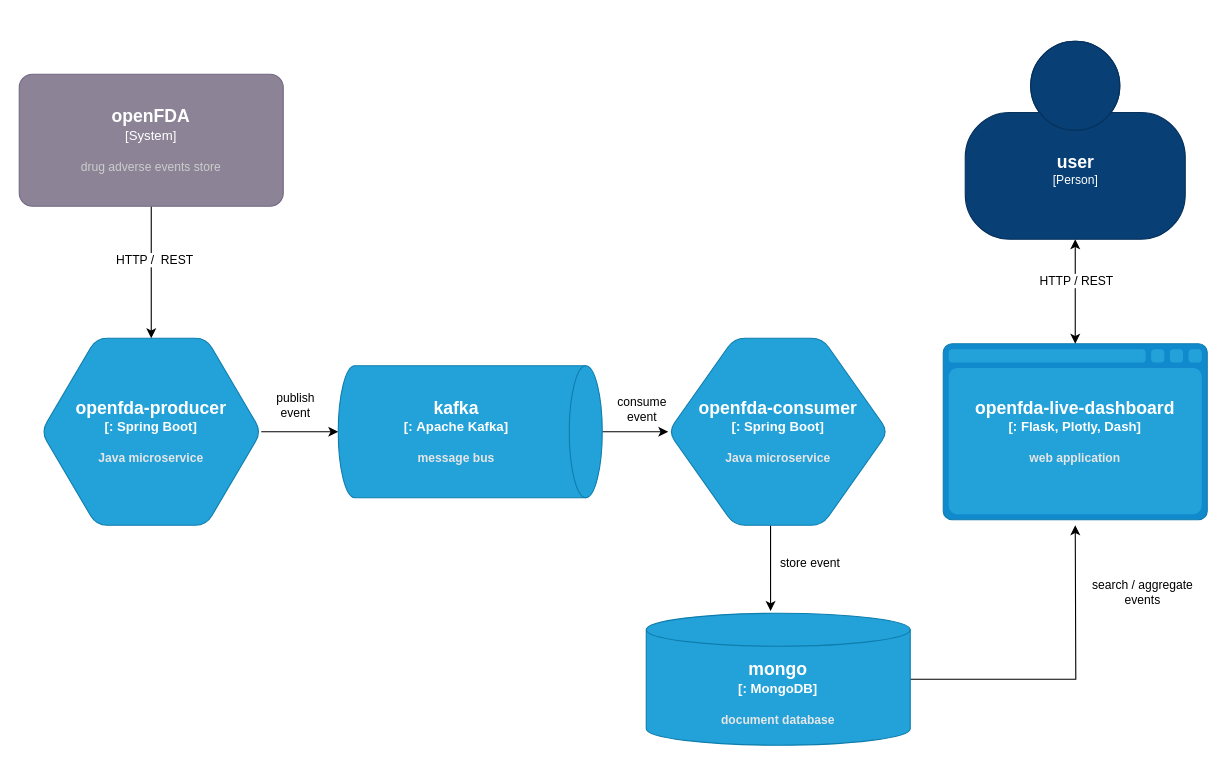
Before: pipeline-architecture.drawio in koziolk/openfda-bigdata-pipeline, a draw.io diagram. Source tidied: cells renumbered, new cells numbered last; positions are measured from the earlier drawing's top-left corner, leaving out a move shared by most shapes. Both pictures are drawn from the tidied source at 110%, with x=0, y=0 at pixel (19, 41).
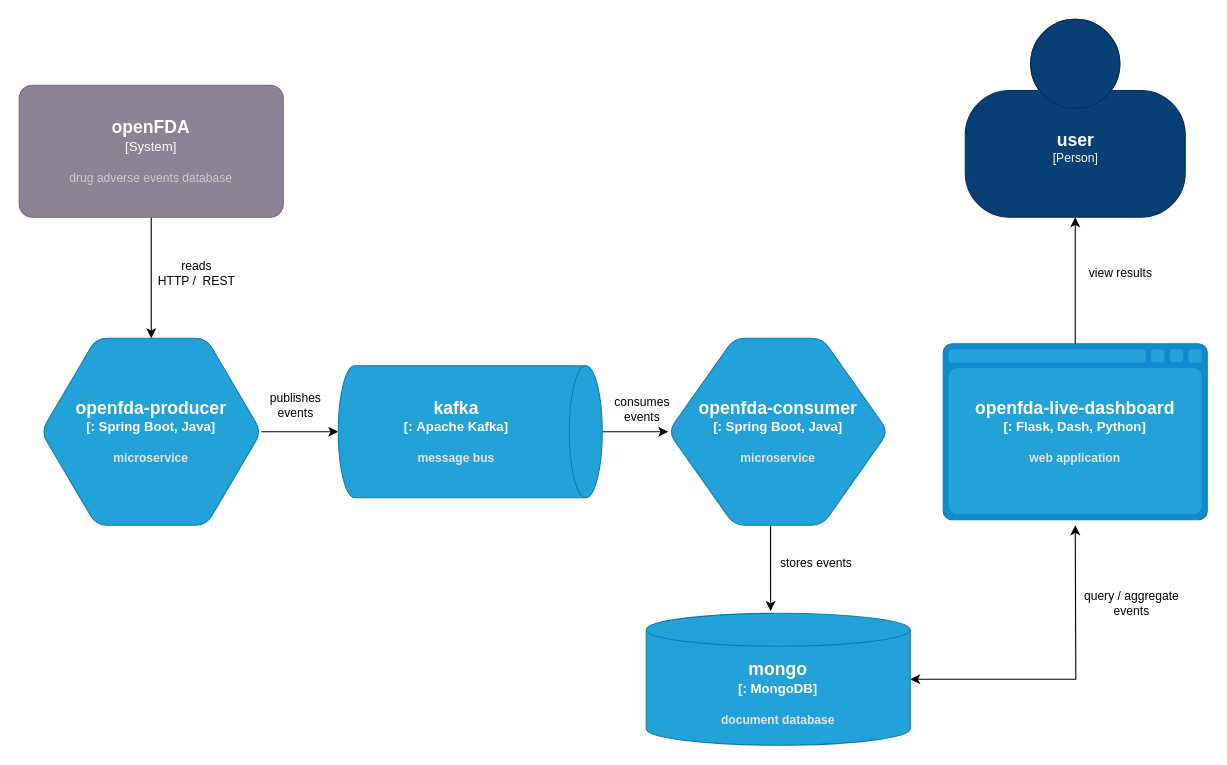
Above is the later version.

Unchanged cells that the change refers to:
```xml
<mxCell id="2" style="edgeStyle=orthogonalEdgeStyle;rounded=0;jettySize=auto;html=1;" parent="1" edge="1" source="4" target="6">
  <mxGeometry relative="1" as="geometry" />
</mxCell>
<object id="11" label="&lt;font style=&quot;font-size: 16px&quot;&gt;&lt;b&gt;%c4Type%&lt;/font&gt;&lt;div&gt;[%c4Container%:&amp;nbsp;%c4Technology%]&lt;/div&gt;&lt;br&gt;&lt;div&gt;&lt;font style=&quot;font-size: 11px&quot;&gt;&lt;font color=&quot;#E6E6E6&quot;&gt;%c4Description%&lt;/font&gt;&lt;/div&gt;" c4Container="" c4Description="document database" c4Technology="MongoDB" c4Type="mongo" placeholders="1">
  <mxCell style="shape=cylinder3;size=15;whiteSpace=wrap;html=1;boundedLbl=1;rounded=0;labelBackgroundColor=none;fillColor=#23A2D9;fontSize=12;fontColor=#ffffff;align=center;strokeColor=#0E7DAD;points=[[0.5,0,0],[1,0.25,0],[1,0.5,0],[1,0.75,0],[0.5,1,0],[0,0.75,0],[0,0.5,0],[0,0.25,0]];" parent="1" vertex="1">
    <mxGeometry x="570" y="520" width="240" height="120" as="geometry" />
  </mxCell>
</object>
<mxCell id="12" style="edgeStyle=orthogonalEdgeStyle;rounded=0;jettySize=auto;html=1;entryX=0.5;entryY=0;entryDx=0;entryDy=0;entryPerimeter=0;" parent="1" edge="1" source="14" target="4">
  <mxGeometry relative="1" as="geometry" />
</mxCell>
```

The edit, as a diff of the source:
```diff
@@
-    <mxCell id="3" value="publish&lt;br&gt;event" style="edgeLabel;html=1;align=center;verticalAlign=middle;" parent="2" vertex="1">
+    <mxCell id="3" value="publishes&lt;br&gt;events" style="edgeLabel;html=1;align=center;verticalAlign=middle;" parent="2" vertex="1">
       <mxGeometry x="-0.06" y="4" relative="1" as="geometry">
         <mxPoint x="-3" y="-21" as="offset" />
       </mxGeometry>
     </mxCell>
-    <object id="4" label="&lt;font style=&quot;font-size: 16px&quot;&gt;&lt;b&gt;%c4Type%&lt;/font&gt;&lt;div&gt;[%c4Container%:&amp;nbsp;%c4Technology%]&lt;/div&gt;&lt;br&gt;&lt;div&gt;&lt;font style=&quot;font-size: 11px&quot;&gt;&lt;font color=&quot;#E6E6E6&quot;&gt;%c4Description%&lt;/font&gt;&lt;/div&gt;" c4Container="" c4Description="Java microservice" c4Technology="Spring Boot" c4Type="openfda-producer" placeholders="1">
+    <object id="4" label="&lt;font style=&quot;font-size: 16px&quot;&gt;&lt;b&gt;%c4Type%&lt;/font&gt;&lt;div&gt;[%c4Container%:&amp;nbsp;%c4Technology%]&lt;/div&gt;&lt;br&gt;&lt;div&gt;&lt;font style=&quot;font-size: 11px&quot;&gt;&lt;font color=&quot;#E6E6E6&quot;&gt;%c4Description%&lt;/font&gt;&lt;/div&gt;" c4Container="" c4Description="microservice" c4Technology="Spring Boot, Java" c4Type="openfda-producer" placeholders="1">
       <mxCell style="shape=hexagon;size=50;perimeter=hexagonPerimeter2;whiteSpace=wrap;html=1;fixedSize=1;rounded=1;labelBackgroundColor=none;fillColor=#23A2D9;fontSize=12;fontColor=#ffffff;align=center;strokeColor=#0E7DAD;points=[[0.5,0,0],[1,0.25,0],[1,0.5,0],[1,0.75,0],[0.5,1,0],[0,0.75,0],[0,0.5,0],[0,0.25,0]];" parent="1" vertex="1">
         <mxGeometry x="20" y="270" width="200" height="170" as="geometry" />
       </mxCell>
     </object>
@@
-    <object id="8" label="&lt;font style=&quot;font-size: 16px&quot;&gt;&lt;b&gt;%c4Type%&lt;/font&gt;&lt;div&gt;[%c4Container%:&amp;nbsp;%c4Technology%]&lt;/div&gt;&lt;br&gt;&lt;div&gt;&lt;font style=&quot;font-size: 11px&quot;&gt;&lt;font color=&quot;#E6E6E6&quot;&gt;%c4Description%&lt;/font&gt;&lt;/div&gt;" c4Container="" c4Description="Java microservice" c4Technology="Spring Boot" c4Type="openfda-consumer" placeholders="1">
+    <object id="8" label="&lt;font style=&quot;font-size: 16px&quot;&gt;&lt;b&gt;%c4Type%&lt;/font&gt;&lt;div&gt;[%c4Container%:&amp;nbsp;%c4Technology%]&lt;/div&gt;&lt;br&gt;&lt;div&gt;&lt;font style=&quot;font-size: 11px&quot;&gt;&lt;font color=&quot;#E6E6E6&quot;&gt;%c4Description%&lt;/font&gt;&lt;/div&gt;" c4Container="" c4Description="microservice" c4Technology="Spring Boot, Java" c4Type="openfda-consumer" placeholders="1">
       <mxCell style="shape=hexagon;size=60;perimeter=hexagonPerimeter2;whiteSpace=wrap;html=1;fixedSize=1;rounded=1;labelBackgroundColor=none;fillColor=#23A2D9;fontSize=12;fontColor=#ffffff;align=center;strokeColor=#0E7DAD;points=[[0.5,0,0],[1,0.25,0],[1,0.5,0],[1,0.75,0],[0.5,1,0],[0,0.75,0],[0,0.5,0],[0,0.25,0]];" parent="1" vertex="1">
         <mxGeometry x="590" y="270" width="200" height="170" as="geometry" />
       </mxCell>
     </object>
-    <mxCell id="9" style="edgeStyle=orthogonalEdgeStyle;rounded=0;jettySize=auto;html=1;" parent="1" edge="1" source="11">
+    <mxCell id="9" style="edgeStyle=orthogonalEdgeStyle;rounded=0;jettySize=auto;html=1;startArrow=classic;startFill=1;" parent="1" edge="1" source="11">
       <mxGeometry relative="1" as="geometry">
         <mxPoint x="960" y="440" as="targetPoint" />
       </mxGeometry>
     </mxCell>
-    <mxCell id="10" value="search / aggregate&lt;br&gt;events" style="edgeLabel;html=1;align=center;verticalAlign=middle;" parent="9" vertex="1">
+    <mxCell id="10" value="query / aggregate&lt;br&gt;events" style="edgeLabel;html=1;align=center;verticalAlign=middle;" parent="9" vertex="1">
       <mxGeometry x="0.54" y="3" relative="1" as="geometry">
-        <mxPoint x="63" y="-6" as="offset" />
+        <mxPoint x="53" y="4" as="offset" />
       </mxGeometry>
     </mxCell>
@@
-    <mxCell id="13" value="HTTP /&amp;nbsp; REST" style="edgeLabel;html=1;align=center;verticalAlign=middle;" parent="12" vertex="1">
-      <mxGeometry x="-0.2" y="2" relative="1" as="geometry" />
+    <mxCell id="13" value="reads&lt;br&gt;HTTP /&amp;nbsp; REST" style="edgeLabel;html=1;align=center;verticalAlign=middle;" parent="12" vertex="1">
+      <mxGeometry x="-0.2" y="2" relative="1" as="geometry">
+        <mxPoint x="38" y="6" as="offset" />
+      </mxGeometry>
     </mxCell>
-    <object id="14" label="&lt;font style=&quot;font-size: 16px&quot;&gt;&lt;b&gt;%c4Name%&lt;/b&gt;&lt;/font&gt;&lt;div&gt;[%c4Type%]&lt;/div&gt;&lt;br&gt;&lt;div&gt;&lt;font style=&quot;font-size: 11px&quot;&gt;&lt;font color=&quot;#cccccc&quot;&gt;%c4Description%&lt;/font&gt;&lt;/div&gt;" c4Description="drug adverse events store" c4Name="openFDA" c4Type="System" placeholders="1">
+    <object id="14" label="&lt;font style=&quot;font-size: 16px&quot;&gt;&lt;b&gt;%c4Name%&lt;/b&gt;&lt;/font&gt;&lt;div&gt;[%c4Type%]&lt;/div&gt;&lt;br&gt;&lt;div&gt;&lt;font style=&quot;font-size: 11px&quot;&gt;&lt;font color=&quot;#cccccc&quot;&gt;%c4Description%&lt;/font&gt;&lt;/div&gt;" c4Description="drug adverse events database" c4Name="openFDA" c4Type="System" placeholders="1">
       <mxCell style="rounded=1;whiteSpace=wrap;html=1;labelBackgroundColor=none;fillColor=#8C8496;fontColor=#ffffff;align=center;arcSize=10;strokeColor=#736782;points=[[0.25,0,0],[0.5,0,0],[0.75,0,0],[1,0.25,0],[1,0.5,0],[1,0.75,0],[0.75,1,0],[0.5,1,0],[0.25,1,0],[0,0.75,0],[0,0.5,0],[0,0.25,0]];" parent="1" vertex="1">
-        <mxGeometry y="30" width="240" height="120" as="geometry" />
+        <mxGeometry y="40" width="240" height="120" as="geometry" />
       </mxCell>
     </object>
-    <object id="15" label="&lt;font style=&quot;font-size: 16px&quot;&gt;&lt;b&gt;%c4Type%&lt;/font&gt;&lt;div&gt;[%c4Container%:&amp;nbsp;%c4Technology%]&lt;/div&gt;&lt;br&gt;&lt;div&gt;&lt;font style=&quot;font-size: 11px&quot;&gt;&lt;font color=&quot;#E6E6E6&quot;&gt;%c4Description%&lt;/font&gt;&lt;/div&gt;" c4Container="" c4Description="web application" c4Technology="Flask, Plotly, Dash" c4Type="openfda-live-dashboard" placeholders="1">
+    <object id="15" label="&lt;font style=&quot;font-size: 16px&quot;&gt;&lt;b&gt;%c4Type%&lt;/font&gt;&lt;div&gt;[%c4Container%:&amp;nbsp;%c4Technology%]&lt;/div&gt;&lt;br&gt;&lt;div&gt;&lt;font style=&quot;font-size: 11px&quot;&gt;&lt;font color=&quot;#E6E6E6&quot;&gt;%c4Description%&lt;/font&gt;&lt;/div&gt;" c4Container="" c4Description="web application" c4Technology="Flask, Dash, Python" c4Type="openfda-live-dashboard" placeholders="1">
       <mxCell style="shape=mxgraph.c4.webBrowserContainer;whiteSpace=wrap;html=1;boundedLbl=1;rounded=0;labelBackgroundColor=none;fillColor=#118ACD;fontSize=12;fontColor=#ffffff;align=center;strokeColor=#0E7DAD;points=[[0.5,0,0],[1,0.25,0],[1,0.5,0],[1,0.75,0],[0.5,1,0],[0,0.75,0],[0,0.5,0],[0,0.25,0]];" parent="1" vertex="1">
         <mxGeometry x="840" y="275" width="240" height="160" as="geometry" />
       </mxCell>
     </object>
-    <mxCell id="16" style="edgeStyle=orthogonalEdgeStyle;rounded=0;jettySize=auto;html=1;startArrow=classic;startFill=1;" parent="1" edge="1" source="18" target="15">
+    <mxCell id="16" style="edgeStyle=orthogonalEdgeStyle;rounded=0;jettySize=auto;html=1;startArrow=classic;startFill=1;endArrow=none;endFill=0;" parent="1" edge="1" source="18" target="15">
       <mxGeometry relative="1" as="geometry" />
     </mxCell>
-    <mxCell id="17" value="HTTP / REST" style="edgeLabel;html=1;align=center;verticalAlign=middle;" parent="16" vertex="1">
-      <mxGeometry x="-0.22" y="2" relative="1" as="geometry">
-        <mxPoint x="-2" as="offset" />
-      </mxGeometry>
-    </mxCell>
     <object id="18" label="&lt;font style=&quot;font-size: 16px&quot;&gt;&lt;b&gt;%c4Name%&lt;/b&gt;&lt;/font&gt;&lt;div&gt;[%c4Type%]&lt;/div&gt;&lt;br&gt;&lt;div&gt;&lt;font style=&quot;font-size: 11px&quot;&gt;&lt;font color=&quot;#cccccc&quot;&gt;%c4Description%&lt;/font&gt;&lt;/div&gt;" c4Description="" c4Name="user" c4Type="Person" placeholders="1">
       <mxCell style="html=1;fontSize=11;dashed=0;whitespace=wrap;fillColor=#083F75;strokeColor=#06315C;fontColor=#ffffff;shape=mxgraph.c4.person2;align=center;points=[[0.5,0,0],[1,0.5,0],[1,0.75,0],[0.75,1,0],[0.5,1,0],[0.25,1,0],[0,0.75,0],[0,0.5,0]];" parent="1" vertex="1">
-        <mxGeometry x="860" width="200" height="180" as="geometry" />
+        <mxGeometry x="860" y="-20" width="200" height="180" as="geometry" />
       </mxCell>
     </object>
-    <mxCell id="19" value="&lt;span style=&quot;color: rgb(0 , 0 , 0) ; font-family: &amp;#34;helvetica&amp;#34; ; font-size: 11px ; font-style: normal ; font-weight: 400 ; letter-spacing: normal ; text-align: center ; text-indent: 0px ; text-transform: none ; word-spacing: 0px ; background-color: rgb(255 , 255 , 255) ; display: inline ; float: none&quot;&gt;store event&lt;br&gt;&lt;/span&gt;" style="text;whiteSpace=wrap;html=1;" parent="1" vertex="1">
+    <mxCell id="19" value="&lt;span style=&quot;color: rgb(0 , 0 , 0) ; font-family: &amp;#34;helvetica&amp;#34; ; font-size: 11px ; font-style: normal ; font-weight: 400 ; letter-spacing: normal ; text-align: center ; text-indent: 0px ; text-transform: none ; word-spacing: 0px ; background-color: rgb(255 , 255 , 255) ; display: inline ; float: none&quot;&gt;stores events&lt;br&gt;&lt;/span&gt;" style="text;whiteSpace=wrap;html=1;" parent="1" vertex="1">
       <mxGeometry x="690" y="460" width="80" height="50" as="geometry" />
     </mxCell>
-    <mxCell id="20" value="consume&lt;br&gt;event" style="edgeLabel;html=1;align=center;verticalAlign=middle;" parent="1" vertex="1">
+    <mxCell id="20" value="consumes&lt;br&gt;events" style="edgeLabel;html=1;align=center;verticalAlign=middle;" parent="1" vertex="1">
       <mxGeometry x="450" y="380" as="geometry">
         <mxPoint x="115" y="-46" as="offset" />
       </mxGeometry>
     </mxCell>
+    <mxCell id="21" value="view results" style="edgeLabel;html=1;align=center;verticalAlign=middle;" parent="1" vertex="1">
+      <mxGeometry x="1000" y="210" as="geometry" />
+    </mxCell>
```
